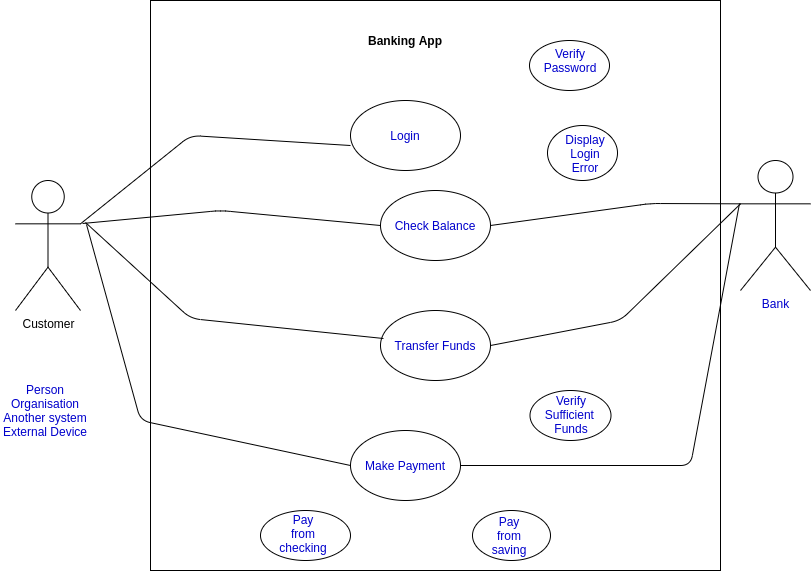
Before: use_case_diagram.png, a diagram exported from draw.io (ERUSDHARMENDRA/diagrams). Source tidied: cells renumbered, new cells last; positions are measured from the earlier drawing's top-left corner, leaving out a move shared by most shapes.
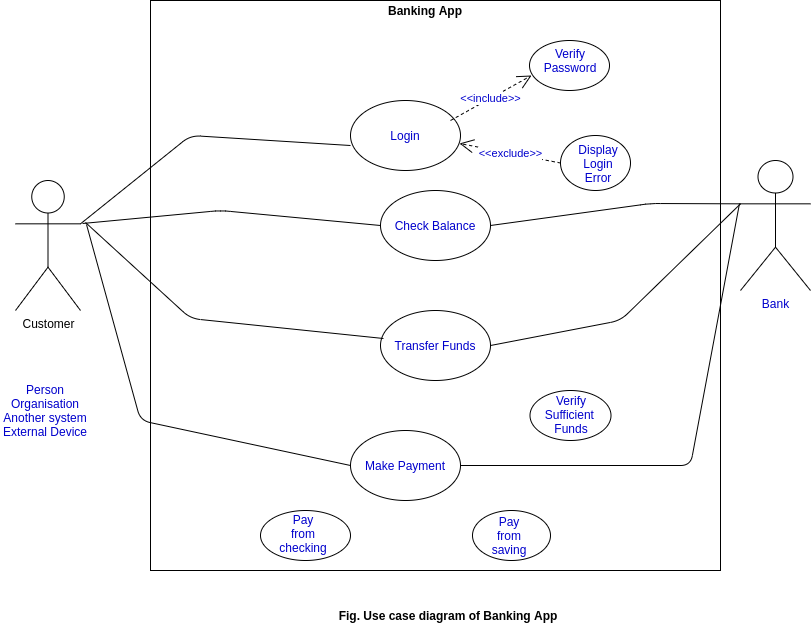
Above is the later version.

What changed in the source:
```diff
@@ -6,7 +6,7 @@
       <mxGeometry x="150" width="570" height="570" as="geometry" />
     </mxCell>
     <mxCell id="3" value="Banking App" style="text;html=1;strokeColor=none;align=center;verticalAlign=middle;whiteSpace=wrap;rounded=0;fontStyle=1;" parent="1" vertex="1">
-      <mxGeometry x="360" y="30" width="90" height="20" as="geometry" />
+      <mxGeometry x="380" width="90" height="20" as="geometry" />
     </mxCell>
     <mxCell id="4" value="Customer" style="shape=umlActor;verticalLabelPosition=bottom;verticalAlign=top;html=1;outlineConnect=0;" parent="1" vertex="1">
       <mxGeometry x="15" y="180" width="65" height="130" as="geometry" />
@@ -99,13 +99,13 @@
       <mxGeometry x="529" y="40" width="80" height="50" as="geometry" />
     </mxCell>
     <mxCell id="23" style="ellipse;whiteSpace=wrap;html=1;fontColor=#0000CC;fillColor=none;" parent="1" vertex="1">
-      <mxGeometry x="547" y="125" width="70" height="55" as="geometry" />
+      <mxGeometry x="560" y="135" width="70" height="55" as="geometry" />
     </mxCell>
     <mxCell id="24" value="Verify Password" style="text;html=1;strokeColor=none;fillColor=none;align=center;verticalAlign=middle;whiteSpace=wrap;rounded=0;fontColor=#0000CC;" parent="1" vertex="1">
       <mxGeometry x="550" y="50" width="40" height="20" as="geometry" />
     </mxCell>
     <mxCell id="25" value="Display Login Error" style="text;html=1;strokeColor=none;fillColor=none;align=center;verticalAlign=middle;whiteSpace=wrap;rounded=0;fontColor=#0000CC;" parent="1" vertex="1">
-      <mxGeometry x="565" y="143" width="40" height="20" as="geometry" />
+      <mxGeometry x="578" y="153" width="40" height="20" as="geometry" />
     </mxCell>
     <mxCell id="26" style="ellipse;whiteSpace=wrap;html=1;fontColor=#0000CC;fillColor=none;" parent="1" vertex="1">
       <mxGeometry x="529.5" y="390" width="81" height="50" as="geometry" />
@@ -125,5 +125,14 @@
     <mxCell id="31" value="Pay from saving" style="text;html=1;strokeColor=none;fillColor=none;align=center;verticalAlign=middle;whiteSpace=wrap;rounded=0;fontColor=#0000CC;" parent="1" vertex="1">
       <mxGeometry x="489" y="525" width="40" height="20" as="geometry" />
     </mxCell>
+    <mxCell id="32" value="&amp;lt;&amp;lt;include&amp;gt;&amp;gt;" style="endArrow=open;endSize=12;dashed=1;html=1;fontColor=#0000CC;entryX=0.025;entryY=0.7;entryDx=0;entryDy=0;entryPerimeter=0;exitX=1;exitY=0;exitDx=0;exitDy=0;" parent="1" edge="1" source="8" target="22">
+      <mxGeometry relative="1" as="geometry" />
+    </mxCell>
+    <mxCell id="33" value="&amp;lt;&amp;lt;exclude&amp;gt;&amp;gt;" style="endArrow=open;endSize=12;dashed=1;html=1;fontColor=#0000CC;exitX=0;exitY=0.5;exitDx=0;exitDy=0;entryX=0.991;entryY=0.614;entryDx=0;entryDy=0;entryPerimeter=0;" parent="1" edge="1" source="23" target="7">
+      <mxGeometry relative="1" as="geometry" />
+    </mxCell>
+    <mxCell id="34" value="Fig. Use case diagram of Banking App" style="text;html=1;strokeColor=none;fillColor=none;align=center;verticalAlign=middle;whiteSpace=wrap;rounded=0;fontStyle=1;" parent="1" vertex="1">
+      <mxGeometry x="323" y="590" width="250" height="50" as="geometry" />
+    </mxCell>
   </root>
 </mxGraphModel>
```
